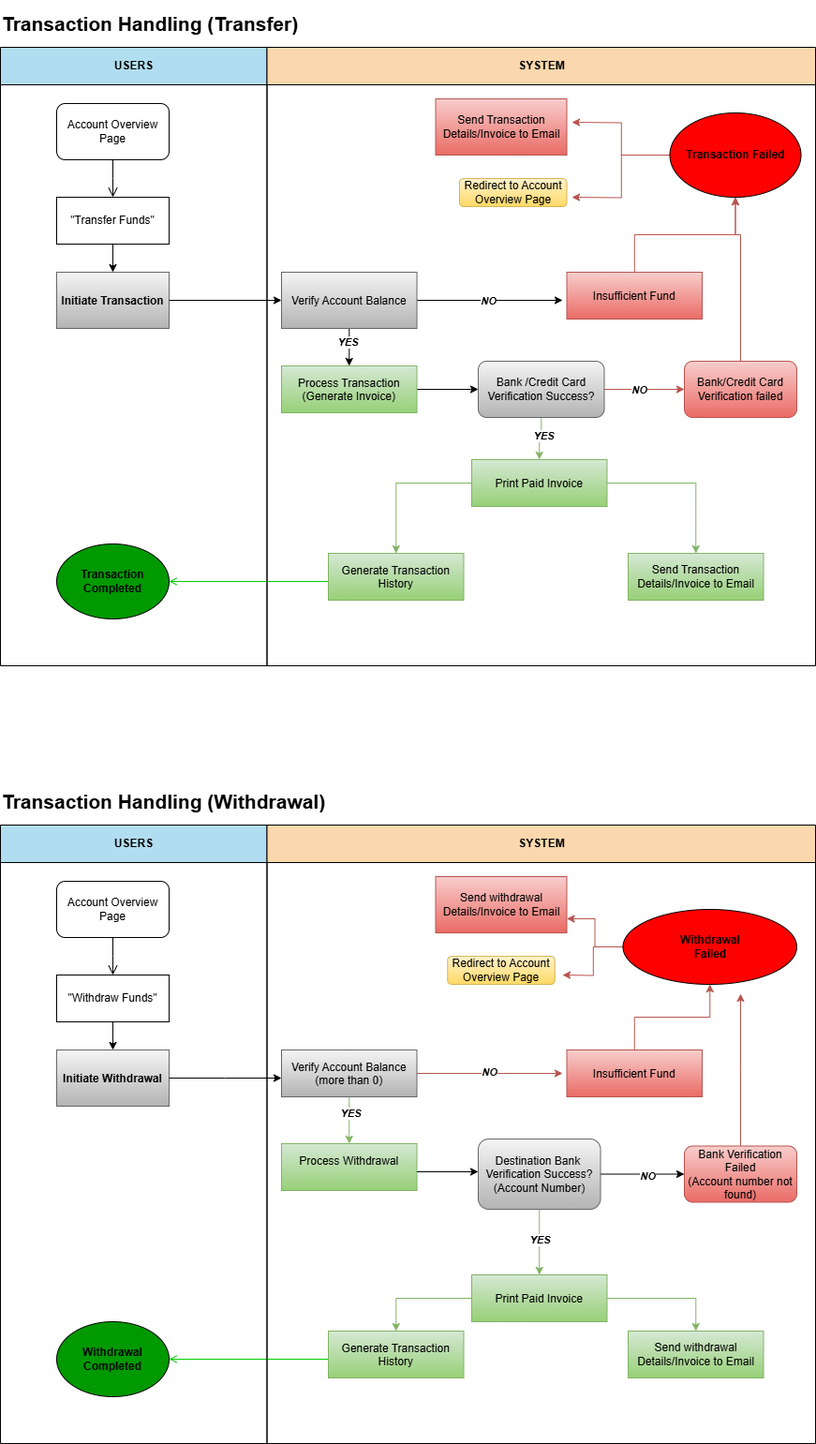
Earlier version of the draw.io export UML Diagram/Transaction Handling.png (rifqisaleh/revoubank_deploy-mrs-). Source tidied: cells renumbered, new cells last; positions are measured from the earlier drawing's top-left corner, leaving out a move shared by most shapes.
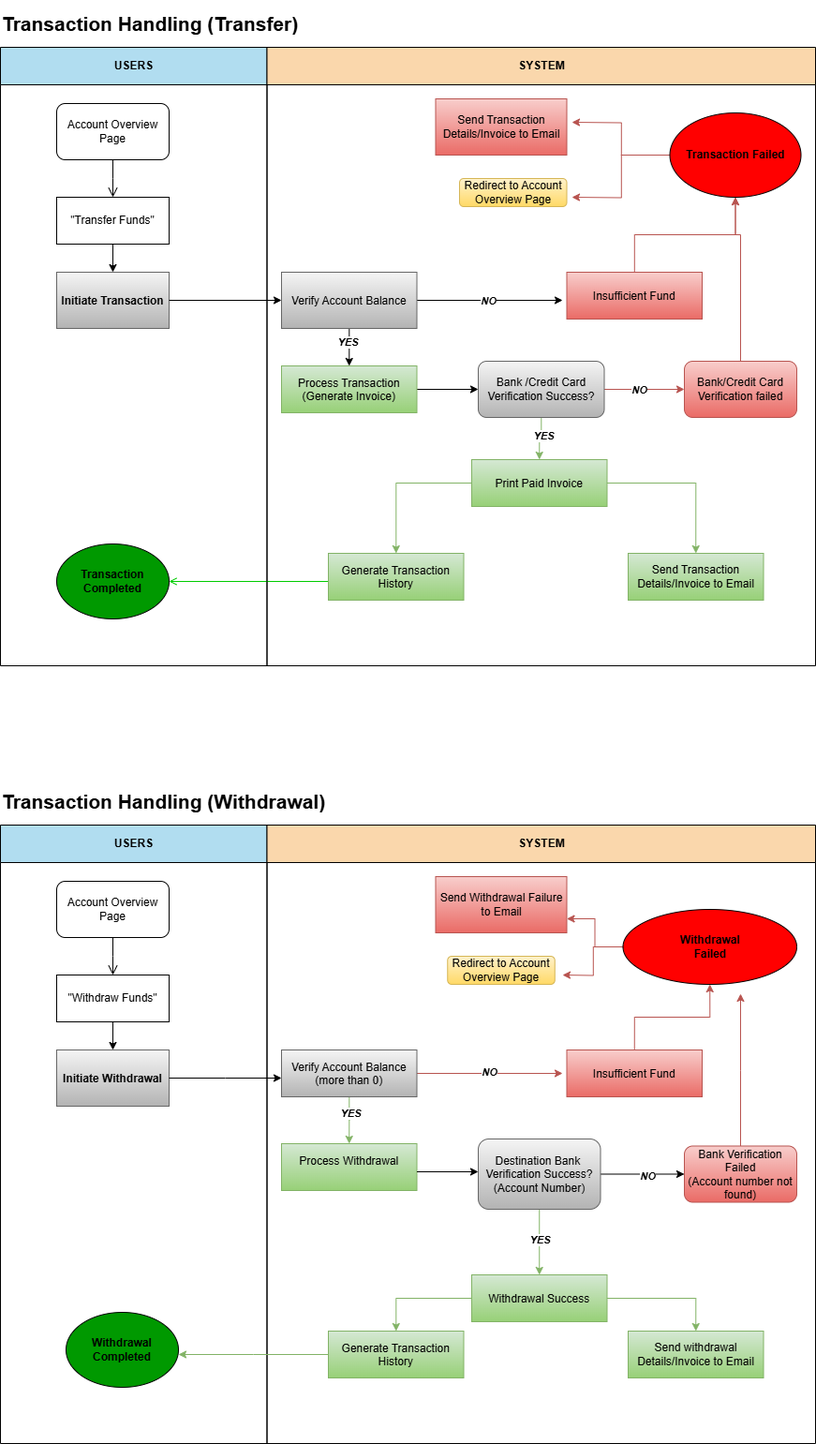
After the commit.

What changed in the source:
```diff
@@ -146,14 +146,8 @@
     <mxCell id="41" value="Initiate Withdrawal" style="fontStyle=1;fillColor=#f5f5f5;gradientColor=#b3b3b3;strokeColor=#666666;" parent="39" vertex="1">
       <mxGeometry x="60" y="240" width="120" height="60" as="geometry" />
     </mxCell>
-    <mxCell id="42" style="endArrow=open;strokeColor=#00CC00;endFill=1;rounded=0;" parent="39" edge="1">
-      <mxGeometry relative="1" as="geometry">
-        <mxPoint x="350" y="570" as="sourcePoint" />
-        <mxPoint x="180" y="570" as="targetPoint" />
-      </mxGeometry>
-    </mxCell>
     <mxCell id="43" value="&lt;b&gt;Withdrawal&lt;/b&gt;&lt;div&gt;&lt;b&gt;Completed&lt;/b&gt;&lt;/div&gt;" style="ellipse;whiteSpace=wrap;html=1;fillColor=light-dark(#009900,var(--ge-dark-color, #121212));" parent="39" vertex="1">
-      <mxGeometry x="60" y="530" width="120" height="80" as="geometry" />
+      <mxGeometry x="70" y="520" width="120" height="80" as="geometry" />
     </mxCell>
     <mxCell id="44" value="Account Overview Page" style="rounded=1;whiteSpace=wrap;html=1;" parent="39" vertex="1">
       <mxGeometry x="60" y="60" width="120" height="60" as="geometry" />
@@ -194,6 +188,11 @@
     <mxCell id="54" value="Process Withdrawal&#10;" style="fillColor=#d5e8d4;gradientColor=#97d077;strokeColor=#82b366;" parent="47" vertex="1">
       <mxGeometry x="15.5" y="340" width="144.5" height="50" as="geometry" />
     </mxCell>
+    <mxCell id="78" style="edgeStyle=orthogonalEdgeStyle;rounded=0;jettySize=auto;html=1;fillColor=#d5e8d4;strokeColor=#82b366;" parent="47" edge="1" source="55">
+      <mxGeometry relative="1" as="geometry">
+        <mxPoint x="-94.5" y="565" as="targetPoint" />
+      </mxGeometry>
+    </mxCell>
     <mxCell id="55" value="Generate Transaction &#10;History" style="fillColor=#d5e8d4;gradientColor=#97d077;strokeColor=#82b366;" parent="47" vertex="1">
       <mxGeometry x="65.5" y="540" width="144.5" height="50" as="geometry" />
     </mxCell>
@@ -249,13 +248,13 @@
     <mxCell id="70" style="edgeStyle=orthogonalEdgeStyle;rounded=0;jettySize=auto;html=1;entryX=0.5;entryY=0;entryDx=0;entryDy=0;strokeColor=#82b366;fillColor=#d5e8d4;" parent="47" edge="1" source="71" target="72">
       <mxGeometry relative="1" as="geometry" />
     </mxCell>
-    <mxCell id="71" value="Print Paid Invoice" style="fillColor=#d5e8d4;gradientColor=#97d077;strokeColor=#82b366;" parent="47" vertex="1">
+    <mxCell id="71" value="Withdrawal Success" style="fillColor=#d5e8d4;gradientColor=#97d077;strokeColor=#82b366;" parent="47" vertex="1">
       <mxGeometry x="218.5" y="480" width="144.5" height="50" as="geometry" />
     </mxCell>
     <mxCell id="72" value="Send withdrawal Details/Invoice to Email" style="rounded=0;whiteSpace=wrap;html=1;fillColor=#d5e8d4;gradientColor=#97d077;strokeColor=#82b366;" parent="47" vertex="1">
       <mxGeometry x="385.5" y="540" width="144.5" height="50" as="geometry" />
     </mxCell>
-    <mxCell id="73" value="Send withdrawal Details/Invoice to Email" style="rounded=0;whiteSpace=wrap;html=1;fillColor=#f8cecc;gradientColor=#ea6b66;strokeColor=#b85450;" parent="47" vertex="1">
+    <mxCell id="73" value="Send Withdrawal Failure to Email" style="rounded=0;whiteSpace=wrap;html=1;fillColor=#f8cecc;gradientColor=#ea6b66;strokeColor=#b85450;" parent="47" vertex="1">
       <mxGeometry x="180" y="55" width="140" height="60" as="geometry" />
     </mxCell>
     <mxCell id="74" style="edgeStyle=orthogonalEdgeStyle;rounded=0;jettySize=auto;html=1;fillColor=#f8cecc;strokeColor=#b85450;" parent="47" edge="1" source="67">
```
